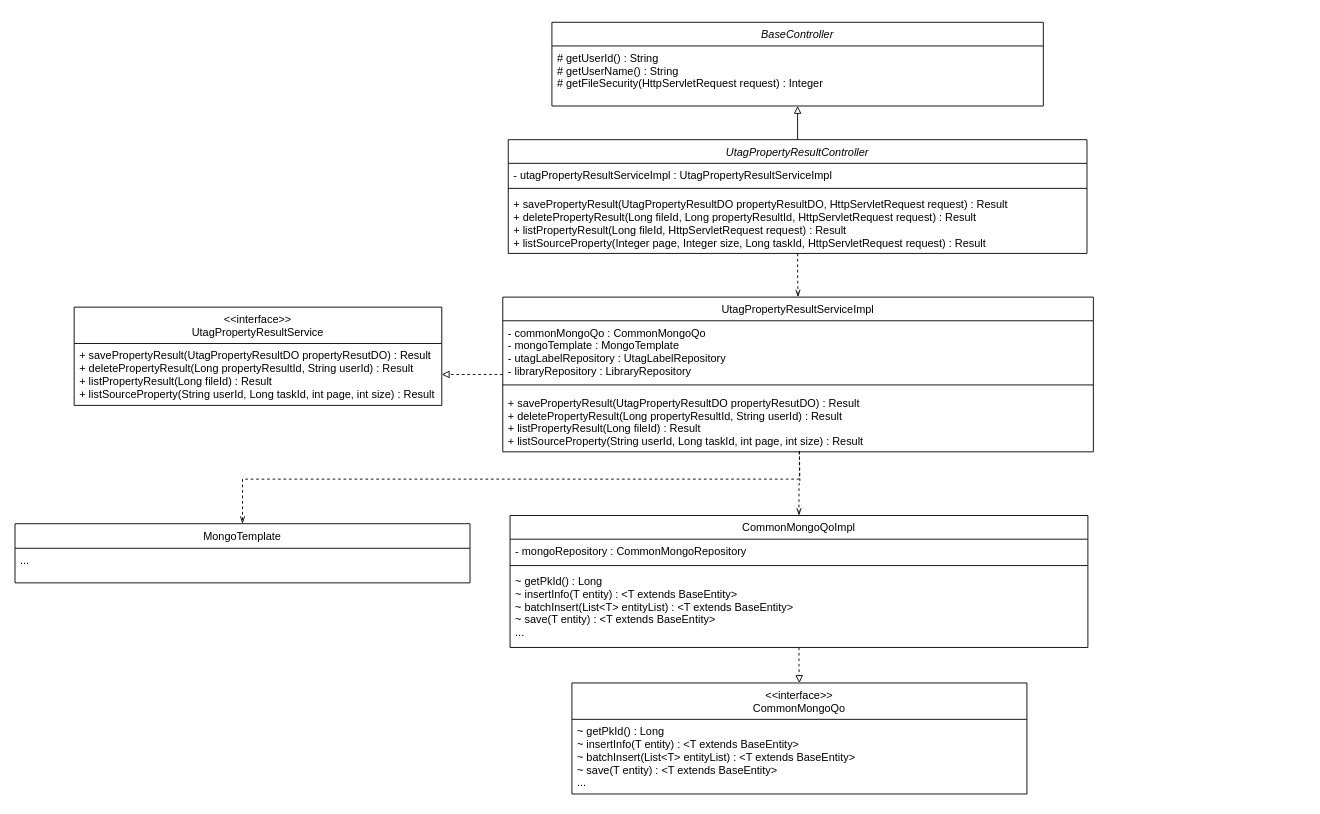
come-on-reader/draw-io keeps this draw.io diagram as 属性标注.drawio. Above is the earlier version. Source tidied: cells renumbered, new cells numbered last; positions are measured from the earlier drawing's top-left corner, leaving out a move shared by most shapes. Both pictures are drawn from the tidied source at 91%, with x=0, y=0 at pixel (15, 22).
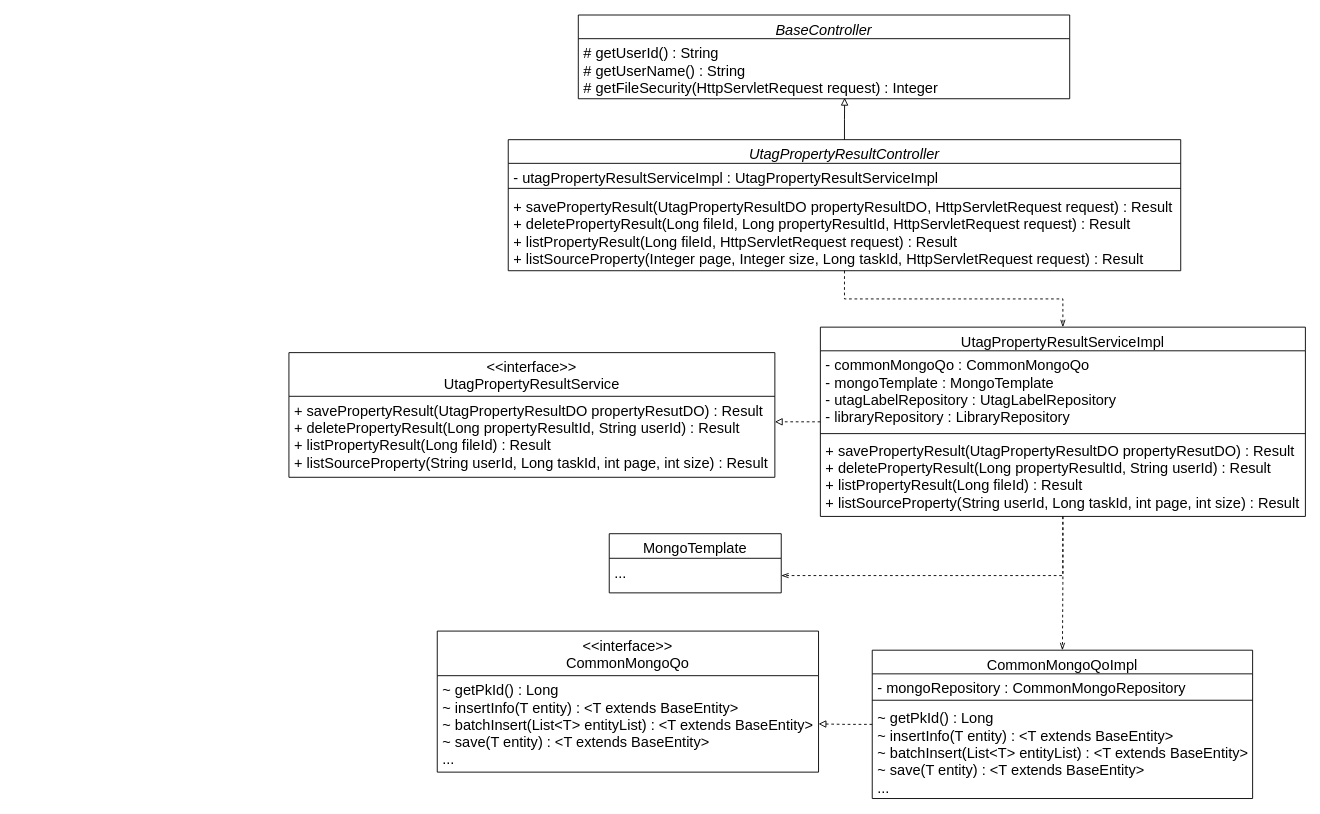
After the change.

Commit message:
更新属性标注.drawio

Change to the diagram source:
```diff
@@
-    <mxCell id="2" style="edgeStyle=orthogonalEdgeStyle;rounded=0;jettySize=auto;html=1;entryX=0.5;entryY=0;entryDx=0;entryDy=0;dashed=1;endArrow=openThin;endFill=0;" parent="1" edge="1" source="3" target="8">
+    <mxCell id="2" style="edgeStyle=orthogonalEdgeStyle;rounded=0;jettySize=auto;html=1;dashed=1;endArrow=openThin;endFill=0;" parent="1" edge="1" source="3" target="8">
       <mxGeometry relative="1" as="geometry" />
     </mxCell>
-    <mxCell id="3" value="UtagPropertyResultController" style="swimlane;fontStyle=2;align=center;verticalAlign=top;horizontal=1;startSize=26;rounded=0;shadow=0;strokeWidth=1;" parent="1" vertex="1">
-      <mxGeometry x="542" y="129" width="636" height="125" as="geometry" />
+    <mxCell id="3" value="UtagPropertyResultController" style="swimlane;fontStyle=2;align=center;verticalAlign=top;horizontal=1;startSize=26;rounded=0;shadow=0;strokeWidth=1;fontSize=16;" parent="1" vertex="1">
+      <mxGeometry x="542" y="129" width="739" height="144" as="geometry" />
     </mxCell>
-    <mxCell id="4" value="- utagPropertyResultServiceImpl : UtagPropertyResultServiceImpl" style="text;align=left;verticalAlign=top;spacingLeft=4;spacingRight=4;overflow=hidden;" parent="3" vertex="1">
-      <mxGeometry y="26" width="636" height="23" as="geometry" />
+    <mxCell id="4" value="- utagPropertyResultServiceImpl : UtagPropertyResultServiceImpl" style="text;align=left;verticalAlign=top;spacingLeft=4;spacingRight=4;overflow=hidden;fontSize=16;" parent="3" vertex="1">
+      <mxGeometry y="26" width="739" height="23" as="geometry" />
     </mxCell>
-    <mxCell id="5" style="line;html=1;strokeWidth=1;align=left;verticalAlign=middle;spacingTop=-1;spacingLeft=3;spacingRight=3;labelPosition=right;" parent="3" vertex="1">
-      <mxGeometry y="49" width="636" height="9" as="geometry" />
+    <mxCell id="5" style="line;html=1;strokeWidth=1;align=left;verticalAlign=middle;spacingTop=-1;spacingLeft=3;spacingRight=3;labelPosition=right;fontSize=16;" parent="3" vertex="1">
+      <mxGeometry y="49" width="739" height="9" as="geometry" />
     </mxCell>
-    <mxCell id="6" value="+ savePropertyResult(UtagPropertyResultDO propertyResultDO, HttpServletRequest request) : Result&#10;+ deletePropertyResult(Long fileId, Long propertyResultId, HttpServletRequest request) : Result&#10;+ listPropertyResult(Long fileId, HttpServletRequest request) : Result&#10;+ listSourceProperty(Integer page, Integer size, Long taskId, HttpServletRequest request) : Result" style="text;align=left;verticalAlign=top;spacingLeft=4;spacingRight=4;overflow=hidden;" parent="3" vertex="1">
-      <mxGeometry y="58" width="636" height="66" as="geometry" />
+    <mxCell id="6" value="+ savePropertyResult(UtagPropertyResultDO propertyResultDO, HttpServletRequest request) : Result&#10;+ deletePropertyResult(Long fileId, Long propertyResultId, HttpServletRequest request) : Result&#10;+ listPropertyResult(Long fileId, HttpServletRequest request) : Result&#10;+ listSourceProperty(Integer page, Integer size, Long taskId, HttpServletRequest request) : Result" style="text;align=left;verticalAlign=top;spacingLeft=4;spacingRight=4;overflow=hidden;fontSize=16;" parent="3" vertex="1">
+      <mxGeometry y="58" width="739" height="86" as="geometry" />
     </mxCell>
-    <mxCell id="7" style="edgeStyle=orthogonalEdgeStyle;rounded=0;jettySize=auto;html=1;entryX=1;entryY=0.5;entryDx=0;entryDy=0;endArrow=block;endFill=0;dashed=1;" parent="1" edge="1" source="8" target="13">
-      <mxGeometry relative="1" as="geometry" />
-    </mxCell>
+    <mxCell id="28" style="edgeStyle=orthogonalEdgeStyle;rounded=0;jettySize=auto;html=1;entryX=1;entryY=0.5;entryDx=0;entryDy=0;dashed=1;endArrow=openThin;endFill=0;" parent="1" edge="1" source="8" target="21">
+      <mxGeometry relative="1" as="geometry" />
+    </mxCell>
+    <mxCell id="29" style="edgeStyle=orthogonalEdgeStyle;rounded=0;jettySize=auto;html=1;dashed=1;endArrow=openThin;endFill=0;" parent="1" edge="1" source="8" target="23">
+      <mxGeometry relative="1" as="geometry" />
+    </mxCell>
-    <mxCell id="8" value="UtagPropertyResultServiceImpl" style="swimlane;fontStyle=0;align=center;verticalAlign=top;horizontal=1;startSize=26;rounded=0;shadow=0;strokeWidth=1;" parent="1" vertex="1">
-      <mxGeometry x="536" y="302" width="649" height="170" as="geometry" />
+    <mxCell id="8" value="UtagPropertyResultServiceImpl" style="swimlane;fontStyle=0;align=center;verticalAlign=top;horizontal=1;startSize=26;rounded=0;shadow=0;strokeWidth=1;fontSize=16;" parent="1" vertex="1">
+      <mxGeometry x="885" y="335" width="533" height="208" as="geometry" />
     </mxCell>
-    <mxCell id="9" value="- commonMongoQo : CommonMongoQo&#10;- mongoTemplate : MongoTemplate&#10;- utagLabelRepository : UtagLabelRepository&#10;- libraryRepository : LibraryRepository" style="text;align=left;verticalAlign=top;spacingLeft=4;spacingRight=4;overflow=hidden;" parent="8" vertex="1">
-      <mxGeometry y="26" width="649" height="64" as="geometry" />
+    <mxCell id="9" value="- commonMongoQo : CommonMongoQo&#10;- mongoTemplate : MongoTemplate&#10;- utagLabelRepository : UtagLabelRepository&#10;- libraryRepository : LibraryRepository" style="text;align=left;verticalAlign=top;spacingLeft=4;spacingRight=4;overflow=hidden;fontSize=16;" parent="8" vertex="1">
+      <mxGeometry y="26" width="533" height="88" as="geometry" />
     </mxCell>
-    <mxCell id="10" style="line;html=1;strokeWidth=1;align=left;verticalAlign=middle;spacingTop=-1;spacingLeft=3;spacingRight=3;labelPosition=right;" parent="8" vertex="1">
-      <mxGeometry y="90" width="649" height="13" as="geometry" />
+    <mxCell id="10" style="line;html=1;strokeWidth=1;align=left;verticalAlign=middle;spacingTop=-1;spacingLeft=3;spacingRight=3;labelPosition=right;fontSize=16;" parent="8" vertex="1">
+      <mxGeometry y="114" width="533" height="6" as="geometry" />
     </mxCell>
-    <mxCell id="11" value="+ savePropertyResult(UtagPropertyResultDO propertyResutDO) : Result&#10;+ deletePropertyResult(Long propertyResultId, String userId) : Result&#10;+ listPropertyResult(Long fileId) : Result&#10;+ listSourceProperty(String userId, Long taskId, int page, int size) : Result" style="text;align=left;verticalAlign=top;spacingLeft=4;spacingRight=4;overflow=hidden;" parent="8" vertex="1">
-      <mxGeometry y="103" width="649" height="67" as="geometry" />
+    <mxCell id="11" value="+ savePropertyResult(UtagPropertyResultDO propertyResutDO) : Result&#10;+ deletePropertyResult(Long propertyResultId, String userId) : Result&#10;+ listPropertyResult(Long fileId) : Result&#10;+ listSourceProperty(String userId, Long taskId, int page, int size) : Result" style="text;align=left;verticalAlign=top;spacingLeft=4;spacingRight=4;overflow=hidden;fontSize=16;" parent="8" vertex="1">
+      <mxGeometry y="120" width="533" height="86" as="geometry" />
     </mxCell>
-    <mxCell id="12" value="&lt;&lt;interface&gt;&gt;&#10;UtagPropertyResultService" style="swimlane;fontStyle=0;align=center;verticalAlign=top;horizontal=1;startSize=40;rounded=0;shadow=0;strokeWidth=1;" parent="1" vertex="1">
-      <mxGeometry x="65" y="313" width="404" height="108" as="geometry" />
+    <mxCell id="12" value="&lt;&lt;interface&gt;&gt;&#10;UtagPropertyResultService" style="swimlane;fontStyle=0;align=center;verticalAlign=top;horizontal=1;startSize=48;rounded=0;shadow=0;strokeWidth=1;fontSize=16;" parent="1" vertex="1">
+      <mxGeometry x="301" y="363" width="534" height="137" as="geometry" />
     </mxCell>
-    <mxCell id="13" value="+ savePropertyResult(UtagPropertyResultDO propertyResutDO) : Result&#10;+ deletePropertyResult(Long propertyResultId, String userId) : Result&#10;+ listPropertyResult(Long fileId) : Result&#10;+ listSourceProperty(String userId, Long taskId, int page, int size) : Result" style="text;align=left;verticalAlign=top;spacingLeft=4;spacingRight=4;overflow=hidden;points=[[0,0.5],[1,0.5]];portConstraint=eastwest;" parent="12" vertex="1">
-      <mxGeometry y="40" width="404" height="68" as="geometry" />
+    <mxCell id="13" value="+ savePropertyResult(UtagPropertyResultDO propertyResutDO) : Result&#10;+ deletePropertyResult(Long propertyResultId, String userId) : Result&#10;+ listPropertyResult(Long fileId) : Result&#10;+ listSourceProperty(String userId, Long taskId, int page, int size) : Result" style="text;align=left;verticalAlign=top;spacingLeft=4;spacingRight=4;overflow=hidden;points=[[0,0.5],[1,0.5]];portConstraint=eastwest;fontSize=16;" parent="12" vertex="1">
+      <mxGeometry y="48" width="534" height="89" as="geometry" />
     </mxCell>
-    <mxCell id="14" value="BaseController" style="swimlane;fontStyle=2;align=center;verticalAlign=top;horizontal=1;startSize=26;rounded=0;shadow=0;strokeWidth=1;" parent="1" vertex="1">
-      <mxGeometry x="590" width="540" height="92" as="geometry" />
+    <mxCell id="14" value="BaseController" style="swimlane;fontStyle=2;align=center;verticalAlign=top;horizontal=1;startSize=26;rounded=0;shadow=0;strokeWidth=1;fontSize=16;" parent="1" vertex="1">
+      <mxGeometry x="619" y="-8" width="540" height="92" as="geometry" />
     </mxCell>
-    <mxCell id="15" value="# getUserId() : String&#10;# getUserName() : String&#10;# getFileSecurity(HttpServletRequest request) : Integer" style="text;align=left;verticalAlign=top;spacingLeft=4;spacingRight=4;overflow=hidden;points=[[0,0.5],[1,0.5]];portConstraint=eastwest;" parent="14" vertex="1">
+    <mxCell id="15" value="# getUserId() : String&#10;# getUserName() : String&#10;# getFileSecurity(HttpServletRequest request) : Integer" style="text;align=left;verticalAlign=top;spacingLeft=4;spacingRight=4;overflow=hidden;points=[[0,0.5],[1,0.5]];portConstraint=eastwest;fontSize=16;" parent="14" vertex="1">
       <mxGeometry y="26" width="540" height="66" as="geometry" />
     </mxCell>
-    <mxCell id="16" style="edgeStyle=orthogonalEdgeStyle;rounded=0;jettySize=auto;html=1;exitX=0.5;exitY=0;exitDx=0;exitDy=0;endArrow=block;endFill=0;entryX=0.5;entryY=1;entryDx=0;entryDy=0;" parent="1" edge="1" source="3" target="14">
-      <mxGeometry relative="1" as="geometry" />
-    </mxCell>
-    <mxCell id="17" style="edgeStyle=orthogonalEdgeStyle;rounded=0;jettySize=auto;html=1;dashed=1;endArrow=openThin;endFill=0;" parent="1" edge="1" target="23">
-      <mxGeometry relative="1" as="geometry">
-        <mxPoint x="862" y="471" as="sourcePoint" />
-      </mxGeometry>
-    </mxCell>
-    <mxCell id="18" value="&lt;&lt;interface&gt;&gt;&#10;CommonMongoQo" style="swimlane;fontStyle=0;align=center;verticalAlign=top;horizontal=1;startSize=40;rounded=0;shadow=0;strokeWidth=1;" parent="1" vertex="1">
-      <mxGeometry x="612" y="726" width="500" height="122" as="geometry" />
+    <mxCell id="18" value="&lt;&lt;interface&gt;&gt;&#10;CommonMongoQo" style="swimlane;fontStyle=0;align=center;verticalAlign=top;horizontal=1;startSize=49;rounded=0;shadow=0;strokeWidth=1;fontSize=16;" parent="1" vertex="1">
+      <mxGeometry x="464" y="669" width="419" height="155" as="geometry" />
     </mxCell>
-    <mxCell id="19" value="~ getPkId() : Long&#10;~ insertInfo(T entity) : &lt;T extends BaseEntity&gt;&#10;~ batchInsert(List&lt;T&gt; entityList) : &lt;T extends BaseEntity&gt;&#10;~ save(T entity) : &lt;T extends BaseEntity&gt;&#10;..." style="text;align=left;verticalAlign=top;spacingLeft=4;spacingRight=4;overflow=hidden;points=[[0,0.5],[1,0.5]];portConstraint=eastwest;" parent="18" vertex="1">
-      <mxGeometry y="40" width="500" height="82" as="geometry" />
+    <mxCell id="19" value="~ getPkId() : Long&#10;~ insertInfo(T entity) : &lt;T extends BaseEntity&gt;&#10;~ batchInsert(List&lt;T&gt; entityList) : &lt;T extends BaseEntity&gt;&#10;~ save(T entity) : &lt;T extends BaseEntity&gt;&#10;..." style="text;align=left;verticalAlign=top;spacingLeft=4;spacingRight=4;overflow=hidden;points=[[0,0.5],[1,0.5]];portConstraint=eastwest;fontSize=16;" parent="18" vertex="1">
+      <mxGeometry y="49" width="419" height="106" as="geometry" />
     </mxCell>
-    <mxCell id="20" value="MongoTemplate" style="swimlane;fontStyle=0;align=center;verticalAlign=top;horizontal=1;startSize=27;rounded=0;shadow=0;strokeWidth=1;" parent="1" vertex="1">
-      <mxGeometry y="551" width="500" height="65" as="geometry" />
+    <mxCell id="20" value="MongoTemplate" style="swimlane;fontStyle=0;align=center;verticalAlign=top;horizontal=1;startSize=27;rounded=0;shadow=0;strokeWidth=1;fontSize=16;" parent="1" vertex="1">
+      <mxGeometry x="653" y="562" width="189" height="65" as="geometry" />
     </mxCell>
-    <mxCell id="21" value="..." style="text;align=left;verticalAlign=top;spacingLeft=4;spacingRight=4;overflow=hidden;points=[[0,0.5],[1,0.5]];portConstraint=eastwest;" parent="20" vertex="1">
-      <mxGeometry y="27" width="500" height="38" as="geometry" />
+    <mxCell id="21" value="..." style="text;align=left;verticalAlign=top;spacingLeft=4;spacingRight=4;overflow=hidden;points=[[0,0.5],[1,0.5]];portConstraint=eastwest;fontSize=16;" parent="20" vertex="1">
+      <mxGeometry y="27" width="189" height="38" as="geometry" />
     </mxCell>
-    <mxCell id="22" style="edgeStyle=orthogonalEdgeStyle;rounded=0;jettySize=auto;html=1;dashed=1;endArrow=block;endFill=0;" parent="1" edge="1" source="23" target="18">
-      <mxGeometry relative="1" as="geometry" />
-    </mxCell>
+    <mxCell id="30" style="edgeStyle=orthogonalEdgeStyle;rounded=0;jettySize=auto;html=1;entryX=1;entryY=0.5;entryDx=0;entryDy=0;dashed=1;endArrow=block;endFill=0;" parent="1" edge="1" source="23" target="19">
+      <mxGeometry relative="1" as="geometry" />
+    </mxCell>
-    <mxCell id="23" value="CommonMongoQoImpl" style="swimlane;fontStyle=0;align=center;verticalAlign=top;horizontal=1;startSize=26;rounded=0;shadow=0;strokeWidth=1;" parent="1" vertex="1">
-      <mxGeometry x="544" y="542" width="635" height="145" as="geometry" />
+    <mxCell id="23" value="CommonMongoQoImpl" style="swimlane;fontStyle=0;align=center;verticalAlign=top;horizontal=1;startSize=26;rounded=0;shadow=0;strokeWidth=1;fontSize=16;" parent="1" vertex="1">
+      <mxGeometry x="942" y="690" width="418" height="163" as="geometry" />
     </mxCell>
-    <mxCell id="24" value="- mongoRepository : CommonMongoRepository" style="text;align=left;verticalAlign=top;spacingLeft=4;spacingRight=4;overflow=hidden;" parent="23" vertex="1">
-      <mxGeometry y="26" width="635" height="25" as="geometry" />
+    <mxCell id="24" value="- mongoRepository : CommonMongoRepository" style="text;align=left;verticalAlign=top;spacingLeft=4;spacingRight=4;overflow=hidden;fontSize=16;" parent="23" vertex="1">
+      <mxGeometry y="26" width="418" height="25" as="geometry" />
     </mxCell>
-    <mxCell id="25" style="line;html=1;strokeWidth=1;align=left;verticalAlign=middle;spacingTop=-1;spacingLeft=3;spacingRight=3;labelPosition=right;" parent="23" vertex="1">
-      <mxGeometry y="51" width="635" height="8" as="geometry" />
+    <mxCell id="25" style="line;html=1;strokeWidth=1;align=left;verticalAlign=middle;spacingTop=-1;spacingLeft=3;spacingRight=3;labelPosition=right;fontSize=16;" parent="23" vertex="1">
+      <mxGeometry y="51" width="418" height="8" as="geometry" />
     </mxCell>
-    <mxCell id="26" value="~ getPkId() : Long&#10;~ insertInfo(T entity) : &lt;T extends BaseEntity&gt;&#10;~ batchInsert(List&lt;T&gt; entityList) : &lt;T extends BaseEntity&gt;&#10;~ save(T entity) : &lt;T extends BaseEntity&gt;&#10;..." style="text;align=left;verticalAlign=top;spacingLeft=4;spacingRight=4;overflow=hidden;" parent="23" vertex="1">
-      <mxGeometry y="59" width="635" height="86" as="geometry" />
+    <mxCell id="26" value="~ getPkId() : Long&#10;~ insertInfo(T entity) : &lt;T extends BaseEntity&gt;&#10;~ batchInsert(List&lt;T&gt; entityList) : &lt;T extends BaseEntity&gt;&#10;~ save(T entity) : &lt;T extends BaseEntity&gt;&#10;..." style="text;align=left;verticalAlign=top;spacingLeft=4;spacingRight=4;overflow=hidden;fontSize=16;" parent="23" vertex="1">
+      <mxGeometry y="59" width="418" height="104" as="geometry" />
     </mxCell>
-    <mxCell id="27" style="edgeStyle=orthogonalEdgeStyle;rounded=0;jettySize=auto;html=1;dashed=1;endArrow=openThin;endFill=0;exitX=0.499;exitY=1.013;exitDx=0;exitDy=0;exitPerimeter=0;entryX=0.5;entryY=0;entryDx=0;entryDy=0;" parent="1" edge="1" target="20">
-      <mxGeometry relative="1" as="geometry">
-        <mxPoint x="861" y="473" as="sourcePoint" />
-        <Array as="points">
-          <mxPoint x="862" y="473" />
-          <mxPoint x="862" y="502" />
-          <mxPoint x="250" y="502" />
-        </Array>
-      </mxGeometry>
-    </mxCell>
+    <mxCell id="31" style="edgeStyle=orthogonalEdgeStyle;rounded=0;jettySize=auto;html=1;entryX=0.542;entryY=0.985;entryDx=0;entryDy=0;entryPerimeter=0;endArrow=block;endFill=0;" parent="1" edge="1" source="3" target="15">
+      <mxGeometry relative="1" as="geometry" />
+    </mxCell>
+    <mxCell id="7" style="edgeStyle=orthogonalEdgeStyle;rounded=0;jettySize=auto;html=1;entryX=1;entryY=0.315;entryDx=0;entryDy=0;entryPerimeter=0;dashed=1;endArrow=block;endFill=0;" parent="1" edge="1" source="8" target="13">
+      <mxGeometry relative="1" as="geometry" />
+    </mxCell>
```
